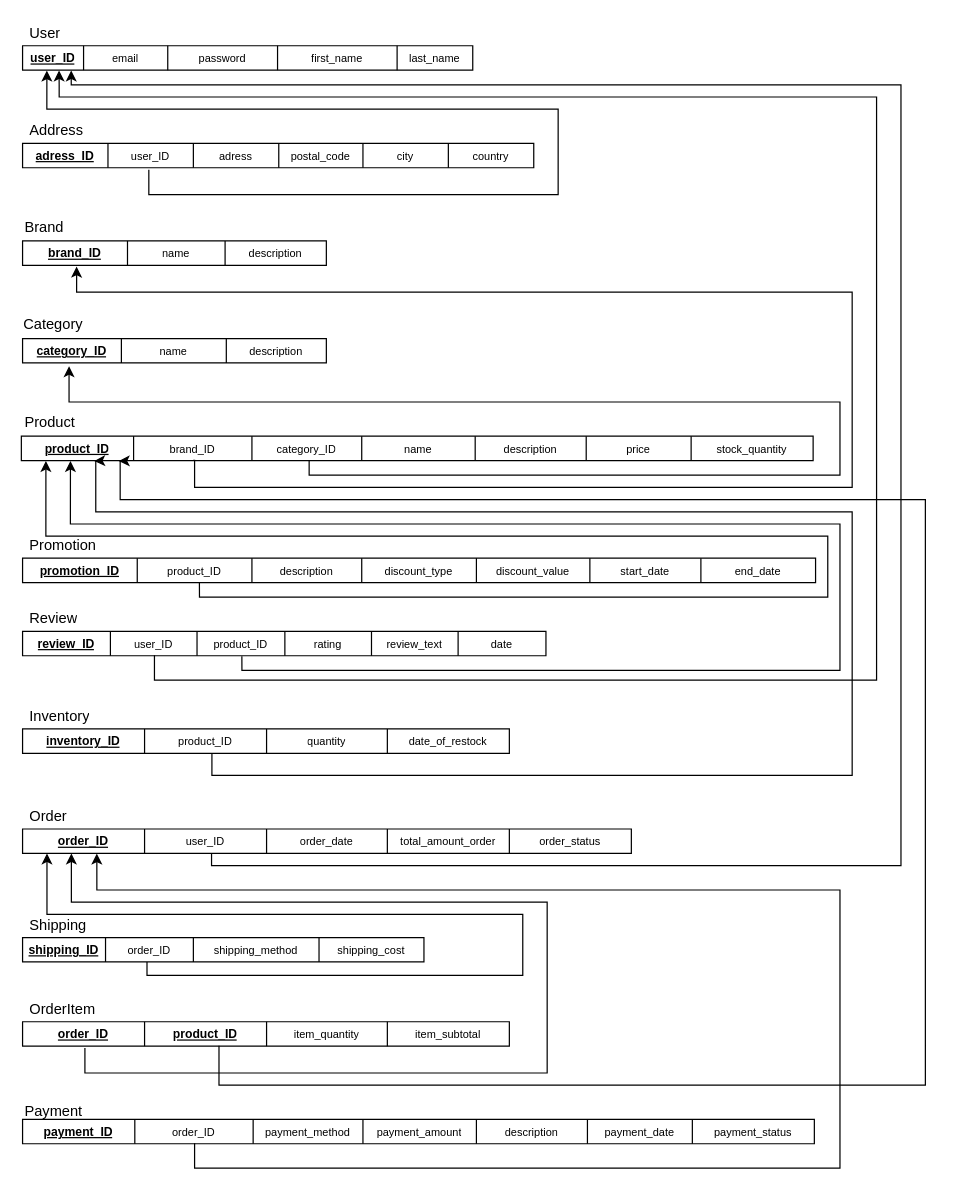
Before: page "Relational schema" (6 of 8) of database-models/ER_models_final.drawio in emilkle/electromart-ecom-website, a draw.io diagram. Source tidied: cells renumbered, new cells numbered last; positions are measured from the earlier drawing's top-left corner, leaving out a move shared by most shapes. Both pictures are drawn from the tidied source at 122%, with x=0, y=0 at pixel (21, 21).
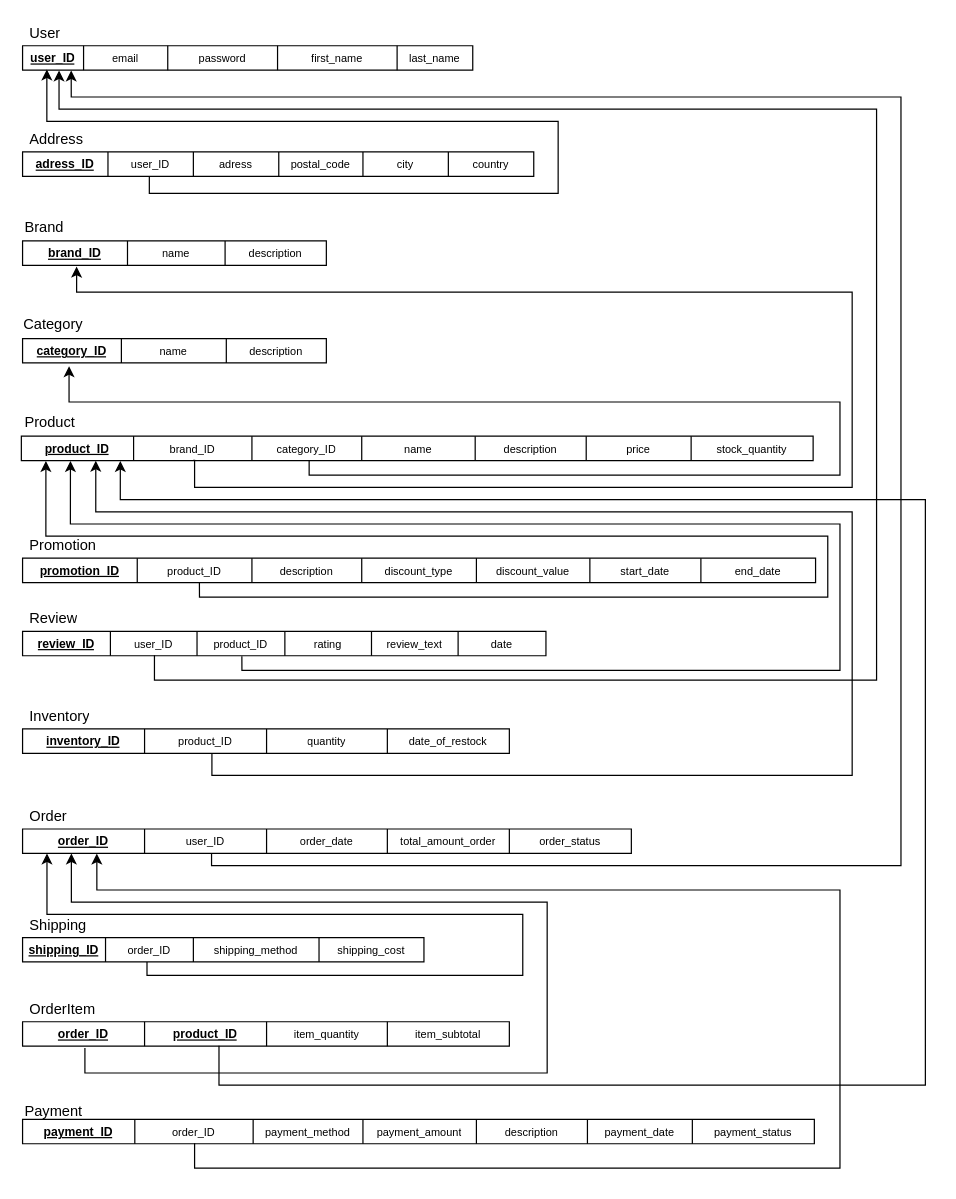
After the change.

Unchanged cells that the change refers to:
```xml
<mxCell id="18" style="shape=table;html=1;whiteSpace=wrap;startSize=0;childLayout=tableLayout;" parent="1" vertex="1">
  <mxGeometry x="1" y="580" width="399" height="20" as="geometry" />
</mxCell>
<mxCell id="36" style="shape=tableRow;horizontal=0;startSize=0;swimlaneHead=0;swimlaneBody=0;top=0;left=0;bottom=0;right=0;fillColor=none;points=[[0,0.5],[1,0.5]];portConstraint=eastwest;" parent="35" vertex="1">
  <mxGeometry width="369" height="20" as="geometry" />
</mxCell>
<mxCell id="44" style="shape=tableRow;horizontal=0;startSize=0;swimlaneHead=0;swimlaneBody=0;top=0;left=0;bottom=0;right=0;fillColor=none;points=[[0,0.5],[1,0.5]];portConstraint=eastwest;" parent="43" vertex="1">
  <mxGeometry width="419" height="20" as="geometry" />
</mxCell>
<mxCell id="59" style="shape=table;html=1;whiteSpace=wrap;startSize=0;childLayout=tableLayout;" parent="1" vertex="1">
  <mxGeometry y="340" width="649" height="20" as="geometry" />
</mxCell>
```

Diff of the diagram source:
```diff
@@
-    <mxCell id="42" style="edgeStyle=orthogonalEdgeStyle;rounded=0;jettySize=auto;html=1;fontSize=10;exitX=0.247;exitY=1.086;exitDx=0;exitDy=0;exitPerimeter=0;entryX=0.054;entryY=1.018;entryDx=0;entryDy=0;entryPerimeter=0;" parent="1" edge="1" source="44" target="36">
+    <mxCell id="42" style="edgeStyle=orthogonalEdgeStyle;rounded=0;jettySize=auto;html=1;fontSize=10;exitX=0.248;exitY=0.981;exitDx=0;exitDy=0;exitPerimeter=0;entryX=0.054;entryY=1.018;entryDx=0;entryDy=0;entryPerimeter=0;" parent="1" edge="1" source="44">
       <mxGeometry relative="1" as="geometry">
+        <mxPoint x="20.9" y="39.4" as="targetPoint" />
         <Array as="points">
-          <mxPoint x="105" y="142" />
-          <mxPoint x="440" y="142" />
-          <mxPoint x="440" y="72" />
-          <mxPoint x="21" y="72" />
+          <mxPoint x="105" y="141" />
+          <mxPoint x="440" y="141" />
+          <mxPoint x="440" y="82" />
+          <mxPoint x="21" y="82" />
         </Array>
       </mxGeometry>
     </mxCell>
     <mxCell id="43" style="shape=table;html=1;whiteSpace=wrap;startSize=0;childLayout=tableLayout;" parent="1" vertex="1">
-      <mxGeometry x="1" y="100" width="419" height="20" as="geometry" />
+      <mxGeometry x="1" y="107" width="419" height="20" as="geometry" />
     </mxCell>
@@
     <mxCell id="52" value="&lt;font style=&quot;font-size: 12px;&quot;&gt;Address&lt;/font&gt;" style="text;strokeColor=none;fillColor=none;align=left;verticalAlign=middle;spacingLeft=4;spacingRight=4;overflow=hidden;whiteSpace=wrap;html=1;" parent="1" vertex="1">
-      <mxGeometry x="1" y="80" width="80" height="20" as="geometry" />
+      <mxGeometry x="1" y="87" width="80" height="20" as="geometry" />
     </mxCell>
@@
     <mxCell id="103" style="edgeStyle=orthogonalEdgeStyle;rounded=0;jettySize=auto;html=1;fontSize=10;exitX=0.247;exitY=1.086;exitDx=0;exitDy=0;exitPerimeter=0;entryX=0.081;entryY=1.013;entryDx=0;entryDy=0;entryPerimeter=0;" parent="1" edge="1" target="36">
       <mxGeometry relative="1" as="geometry">
         <mxPoint x="109.1" y="519.6" as="sourcePoint" />
         <Array as="points">
           <mxPoint x="109" y="540" />
           <mxPoint x="701" y="540" />
-          <mxPoint x="701" y="62" />
-          <mxPoint x="31" y="62" />
-          <mxPoint x="31" y="52" />
-          <mxPoint x="31" y="52" />
+          <mxPoint x="701" y="72" />
+          <mxPoint x="31" y="72" />
         </Array>
       </mxGeometry>
     </mxCell>
@@
-    <mxCell id="105" style="edgeStyle=orthogonalEdgeStyle;rounded=0;jettySize=auto;html=1;fontSize=10;exitX=0.389;exitY=1.008;exitDx=0;exitDy=0;exitPerimeter=0;entryX=0.092;entryY=1.017;entryDx=0;entryDy=0;entryPerimeter=0;" parent="1" edge="1" source="18" target="59">
+    <mxCell id="105" style="edgeStyle=orthogonalEdgeStyle;rounded=0;jettySize=auto;html=1;fontSize=10;exitX=0.389;exitY=1.008;exitDx=0;exitDy=0;exitPerimeter=0;entryX=0.094;entryY=1.009;entryDx=0;entryDy=0;entryPerimeter=0;" parent="1" edge="1" source="18" target="59">
       <mxGeometry relative="1" as="geometry">
         <Array as="points">
           <mxPoint x="156" y="618" />
           <mxPoint x="681" y="618" />
           <mxPoint x="681" y="402" />
           <mxPoint x="61" y="402" />
         </Array>
       </mxGeometry>
     </mxCell>
     <mxCell id="106" style="edgeStyle=orthogonalEdgeStyle;rounded=0;jettySize=auto;html=1;fontSize=10;exitX=0.247;exitY=1.086;exitDx=0;exitDy=0;exitPerimeter=0;entryX=0.108;entryY=1.013;entryDx=0;entryDy=0;entryPerimeter=0;" parent="1" edge="1" target="36">
       <mxGeometry relative="1" as="geometry">
         <mxPoint x="155.9" y="681.6" as="sourcePoint" />
         <Array as="points">
           <mxPoint x="156" y="692" />
           <mxPoint x="721" y="692" />
-          <mxPoint x="721" y="52" />
-          <mxPoint x="41" y="52" />
+          <mxPoint x="721" y="62" />
+          <mxPoint x="41" y="62" />
         </Array>
       </mxGeometry>
     </mxCell>
@@
-    <mxCell id="109" style="edgeStyle=orthogonalEdgeStyle;rounded=0;jettySize=auto;html=1;fontSize=10;exitX=0.247;exitY=1.086;exitDx=0;exitDy=0;exitPerimeter=0;entryX=0.123;entryY=1.021;entryDx=0;entryDy=0;entryPerimeter=0;" parent="1" edge="1" target="59">
+    <mxCell id="109" style="edgeStyle=orthogonalEdgeStyle;rounded=0;jettySize=auto;html=1;fontSize=10;exitX=0.247;exitY=1.086;exitDx=0;exitDy=0;exitPerimeter=0;entryX=0.125;entryY=1.016;entryDx=0;entryDy=0;entryPerimeter=0;" parent="1" edge="1" target="59">
       <mxGeometry relative="1" as="geometry">
         <mxPoint x="162" y="839.6" as="sourcePoint" />
         <Array as="points">
           <mxPoint x="162" y="872" />
           <mxPoint x="741" y="872" />
           <mxPoint x="741" y="392" />
           <mxPoint x="81" y="392" />
-          <mxPoint x="81" y="372" />
-          <mxPoint x="81" y="372" />
         </Array>
       </mxGeometry>
     </mxCell>
```
